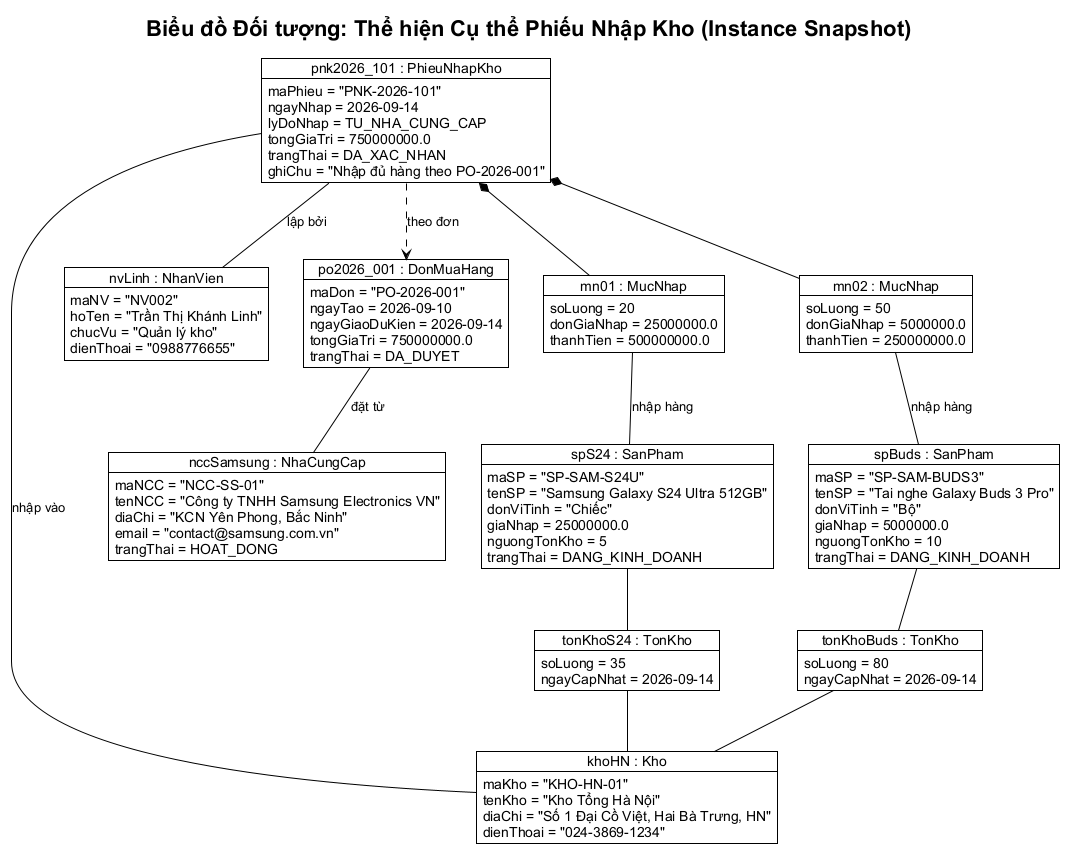
Earlier version of the PlantUML export BTL-QuanLyKhoHang/diagrams/object-diagram-phieu-nhap.png (vuhoabinh2416137/G8_Quanlysanphamvakhohang).
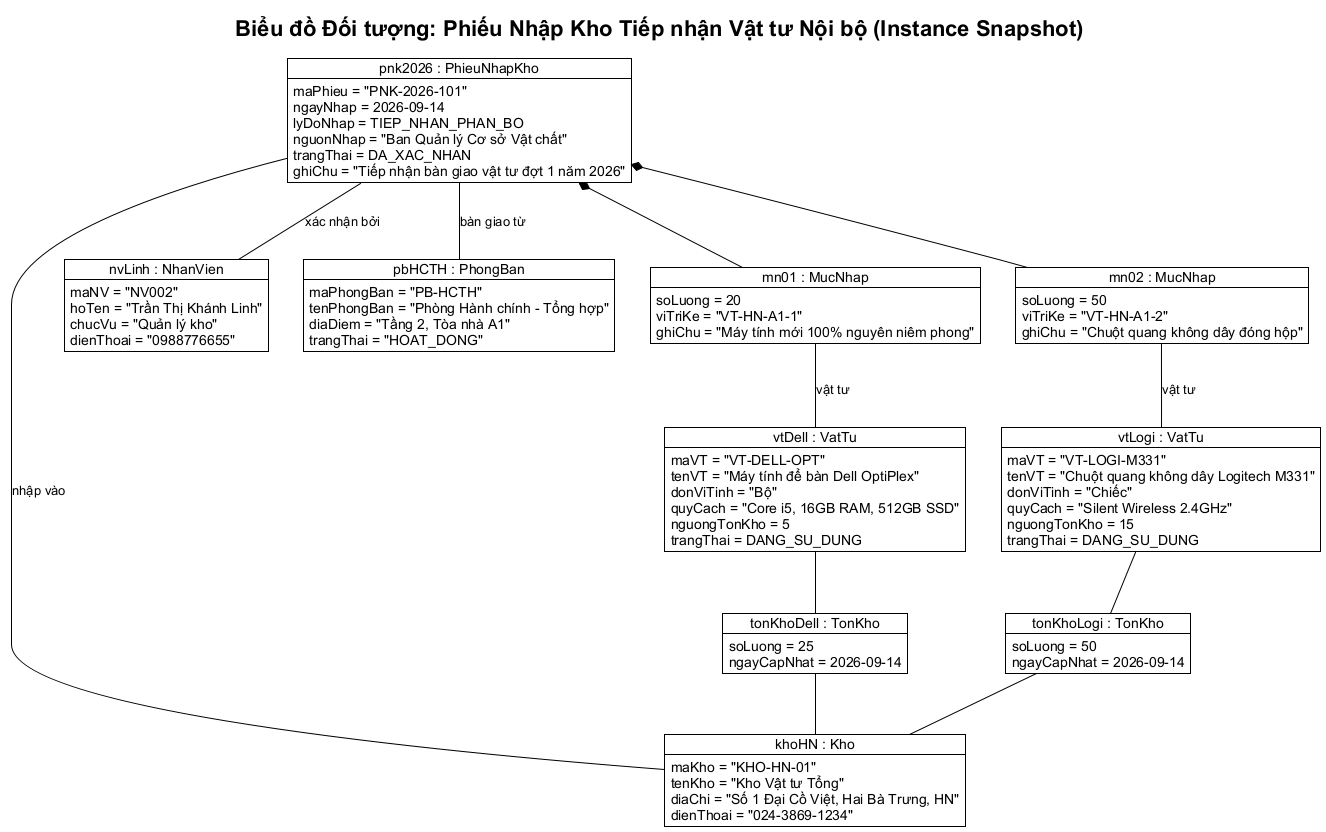
Above is the later version.

What changed in the source:
```diff
@@ -4,11 +4,11 @@
 skinparam defaultTextAlignment left
 skinparam defaultFontName "Arial"
 
-title Biểu đồ Đối tượng: Thể hiện Cụ thể Phiếu Nhập Kho (Instance Snapshot)
+title Biểu đồ Đối tượng: Phiếu Nhập Kho Tiếp nhận Vật tư Nội bộ (Instance Snapshot)
 
 object "khoHN : Kho" as khoHN {
     maKho = "KHO-HN-01"
-    tenKho = "Kho Tổng Hà Nội"
+    tenKho = "Kho Vật tư Tổng"
     diaChi = "Số 1 Đại Cồ Việt, Hai Bà Trưng, HN"
     dienThoai = "024-3869-1234"
 }
@@ -20,85 +20,74 @@
     dienThoai = "0988776655"
 }
 
-object "nccSamsung : NhaCungCap" as nccSamsung {
-    maNCC = "NCC-SS-01"
-    tenNCC = "Công ty TNHH Samsung Electronics VN"
-    diaChi = "KCN Yên Phong, Bắc Ninh"
-    email = "contact@samsung.com.vn"
-    trangThai = HOAT_DONG
+object "pbHCTH : PhongBan" as pbHCTH {
+    maPhongBan = "PB-HCTH"
+    tenPhongBan = "Phòng Hành chính - Tổng hợp"
+    diaDiem = "Tầng 2, Tòa nhà A1"
+    trangThai = "HOAT_DONG"
 }
 
-object "po2026_001 : DonMuaHang" as po2026 {
-    maDon = "PO-2026-001"
-    ngayTao = 2026-09-10
-    ngayGiaoDuKien = 2026-09-14
-    tongGiaTri = 750000000.0
-    trangThai = DA_DUYET
-}
-
-object "pnk2026_101 : PhieuNhapKho" as pnk2026 {
+object "pnk2026 : PhieuNhapKho" as pnk2026 {
     maPhieu = "PNK-2026-101"
     ngayNhap = 2026-09-14
-    lyDoNhap = TU_NHA_CUNG_CAP
-    tongGiaTri = 750000000.0
+    lyDoNhap = TIEP_NHAN_PHAN_BO
+    nguonNhap = "Ban Quản lý Cơ sở Vật chất"
     trangThai = DA_XAC_NHAN
-    ghiChu = "Nhập đủ hàng theo PO-2026-001"
+    ghiChu = "Tiếp nhận bàn giao vật tư đợt 1 năm 2026"
 }
 
 object "mn01 : MucNhap" as mn01 {
     soLuong = 20
-    donGiaNhap = 25000000.0
-    thanhTien = 500000000.0
+    viTriKe = "VT-HN-A1-1"
+    ghiChu = "Máy tính mới 100% nguyên niêm phong"
 }
 
 object "mn02 : MucNhap" as mn02 {
     soLuong = 50
-    donGiaNhap = 5000000.0
-    thanhTien = 250000000.0
+    viTriKe = "VT-HN-A1-2"
+    ghiChu = "Chuột quang không dây đóng hộp"
 }
 
-object "spS24 : SanPham" as spS24 {
-    maSP = "SP-SAM-S24U"
-    tenSP = "Samsung Galaxy S24 Ultra 512GB"
-    donViTinh = "Chiếc"
-    giaNhap = 25000000.0
+object "vtDell : VatTu" as vtDell {
+    maVT = "VT-DELL-OPT"
+    tenVT = "Máy tính để bàn Dell OptiPlex"
+    donViTinh = "Bộ"
+    quyCach = "Core i5, 16GB RAM, 512GB SSD"
     nguongTonKho = 5
-    trangThai = DANG_KINH_DOANH
+    trangThai = DANG_SU_DUNG
 }
 
-object "spBuds : SanPham" as spBuds {
-    maSP = "SP-SAM-BUDS3"
-    tenSP = "Tai nghe Galaxy Buds 3 Pro"
-    donViTinh = "Bộ"
-    giaNhap = 5000000.0
-    nguongTonKho = 10
-    trangThai = DANG_KINH_DOANH
+object "vtLogi : VatTu" as vtLogi {
+    maVT = "VT-LOGI-M331"
+    tenVT = "Chuột quang không dây Logitech M331"
+    donViTinh = "Chiếc"
+    quyCach = "Silent Wireless 2.4GHz"
+    nguongTonKho = 15
+    trangThai = DANG_SU_DUNG
 }
 
-object "tonKhoS24 : TonKho" as tonKhoS24 {
-    soLuong = 35
+object "tonKhoDell : TonKho" as tonKhoDell {
+    soLuong = 25
     ngayCapNhat = 2026-09-14
 }
 
-object "tonKhoBuds : TonKho" as tonKhoBuds {
-    soLuong = 80
+object "tonKhoLogi : TonKho" as tonKhoLogi {
+    soLuong = 50
     ngayCapNhat = 2026-09-14
 }
 
-pnk2026 ..> po2026 : theo đơn
+pnk2026 -- pbHCTH : bàn giao từ
 pnk2026 -- khoHN : nhập vào
-pnk2026 -- nvLinh : lập bởi
+pnk2026 -- nvLinh : xác nhận bởi
 pnk2026 *-- mn01
 pnk2026 *-- mn02
 
-mn01 -- spS24 : nhập hàng
-mn02 -- spBuds : nhập hàng
+mn01 -- vtDell : vật tư
+mn02 -- vtLogi : vật tư
 
-po2026 -- nccSamsung : đặt từ
+vtDell -- tonKhoDell
+tonKhoDell -- khoHN
 
-spS24 -- tonKhoS24
-tonKhoS24 -- khoHN
-
-spBuds -- tonKhoBuds
-tonKhoBuds -- khoHN
+vtLogi -- tonKhoLogi
+tonKhoLogi -- khoHN
 @enduml
```
